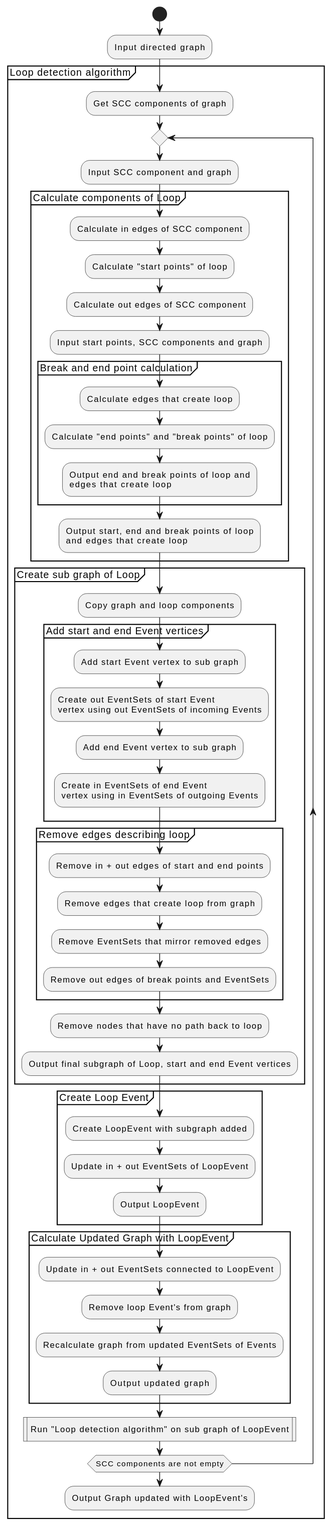
This is docs/development/design/1-DN-SCC_loop_detection/Algorithm_Overview.svg from xtuml/otel2puml, a PlantUML export, as it was before one commit.
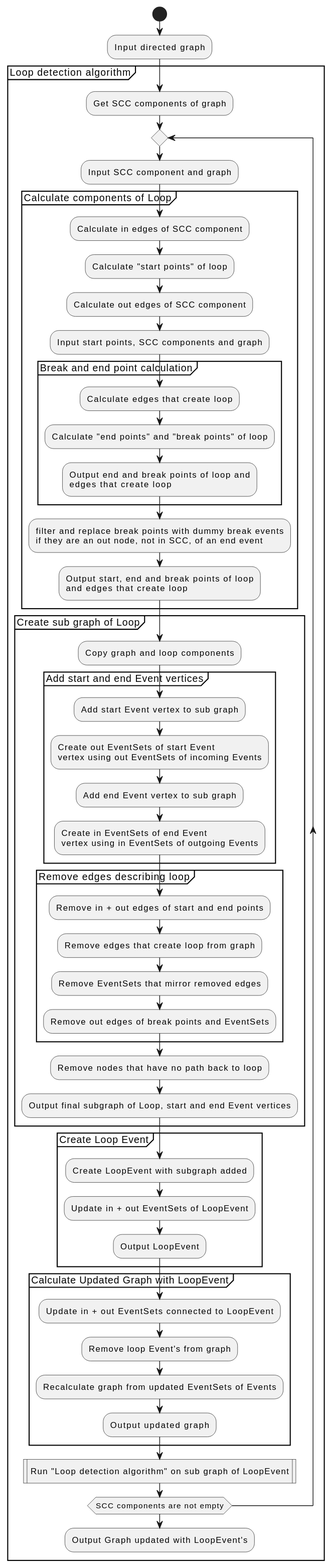
The same file after the commit.

Diff of the diagram source:
```diff
@@ -16,6 +16,7 @@
                     :Calculate "end points" and "break points" of loop;
                     :Output end and break points of loop and\nedges that create loop;
                 }
+                :filter and replace break points with dummy break events\nif they are an out node, not in SCC, of an end event;
                 :Output start, end and break points of loop\nand edges that create loop;
             }
             partition "Create sub graph of Loop" {
```
